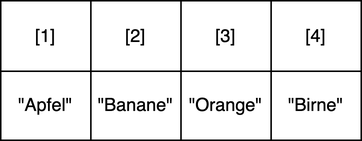
Earlier version of the draw.io export images/vektor.png (lipogg/textanalyse-mit-r). Source tidied: cells renumbered, new cells last; positions are measured from the earlier drawing's top-left corner, leaving out a move shared by most shapes. Its diagram source:
```xml
<mxGraphModel>
  <root>
    <mxCell id="0" />
    <mxCell id="1" parent="0" />
    <mxCell id="2" style="shadow=0;fillColor=none;" parent="1" vertex="1">
      <mxGeometry x="60" width="180" height="93" as="geometry" />
    </mxCell>
    <mxCell id="3" style="shape=tableRow;horizontal=0;startSize=0;swimlaneHead=0;swimlaneBody=0;top=0;left=0;bottom=0;right=0;fontStyle=0;fillColor=none;strokeColor=inherit;" parent="2" vertex="1">
      <mxGeometry width="180" height="47" as="geometry" />
    </mxCell>
    <mxCell id="4" value="[2]" style="strokeColor=inherit;fillColor=default;align=center;whiteSpace=wrap;html=1;" parent="3" vertex="1">
      <mxGeometry width="60" height="47" as="geometry" />
    </mxCell>
    <mxCell id="5" value="[3]" style="strokeColor=inherit;fillColor=default;align=center;whiteSpace=wrap;html=1;" parent="3" vertex="1">
      <mxGeometry x="60" width="60" height="47" as="geometry" />
    </mxCell>
    <mxCell id="6" value="[4]" style="strokeColor=inherit;fillColor=default;align=center;whiteSpace=wrap;html=1;" parent="3" vertex="1">
      <mxGeometry x="120" width="60" height="47" as="geometry" />
    </mxCell>
    <mxCell id="7" style="shape=tableRow;horizontal=0;startSize=0;swimlaneHead=0;swimlaneBody=0;top=0;left=0;bottom=0;right=0;fontStyle=0;fillColor=none;strokeColor=inherit;" parent="2" vertex="1">
      <mxGeometry y="47" width="180" height="46" as="geometry" />
    </mxCell>
    <mxCell id="8" value="&quot;Banane&quot;" style="strokeColor=inherit;fillColor=default;align=center;whiteSpace=wrap;html=1;" parent="7" vertex="1">
      <mxGeometry width="60" height="46" as="geometry" />
    </mxCell>
    <mxCell id="9" value="&quot;Orange&quot;" style="strokeColor=inherit;fillColor=default;align=center;whiteSpace=wrap;html=1;" parent="7" vertex="1">
      <mxGeometry x="60" width="60" height="46" as="geometry" />
    </mxCell>
    <mxCell id="10" value="&quot;Birne&quot;" style="strokeColor=inherit;fillColor=default;align=center;whiteSpace=wrap;html=1;" parent="7" vertex="1">
      <mxGeometry x="120" width="60" height="46" as="geometry" />
    </mxCell>
    <mxCell id="11" value="[1]" style="strokeColor=inherit;fillColor=default;align=center;whiteSpace=wrap;html=1;" parent="1" vertex="1">
      <mxGeometry width="60" height="47" as="geometry" />
    </mxCell>
    <mxCell id="12" value="&quot;Apfel&quot;" style="strokeColor=inherit;fillColor=default;align=center;whiteSpace=wrap;html=1;" parent="1" vertex="1">
      <mxGeometry y="47" width="60" height="46" as="geometry" />
    </mxCell>
  </root>
</mxGraphModel>
```
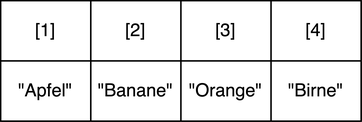
After the change.

Change to the diagram source:
```diff
@@ -2,38 +2,38 @@
   <root>
     <mxCell id="0" />
     <mxCell id="1" parent="0" />
-    <mxCell id="2" style="shadow=0;fillColor=none;" parent="1" vertex="1">
-      <mxGeometry x="60" width="180" height="93" as="geometry" />
-    </mxCell>
-    <mxCell id="3" style="shape=tableRow;horizontal=0;startSize=0;swimlaneHead=0;swimlaneBody=0;top=0;left=0;bottom=0;right=0;fontStyle=0;fillColor=none;strokeColor=inherit;" parent="2" vertex="1">
-      <mxGeometry width="180" height="47" as="geometry" />
-    </mxCell>
+    <mxCell id="13" style="shape=table;startSize=0;" parent="1" vertex="1">
+      <mxGeometry x="60" y="150" width="240" height="80" as="geometry" />
+    </mxCell>
+    <mxCell id="14" style="shape=tableRow;horizontal=0;startSize=0;swimlaneHead=0;swimlaneBody=0;strokeColor=inherit;top=0;left=0;bottom=0;right=0;fillColor=none;" parent="13" vertex="1">
+      <mxGeometry width="240" height="40" as="geometry" />
+    </mxCell>
+    <mxCell id="11" value="[1]" style="shape=partialRectangle;html=1;whiteSpace=wrap;strokeColor=inherit;overflow=hidden;fillColor=none;top=0;left=0;bottom=0;right=0;" parent="14" vertex="1">
+      <mxGeometry width="60" height="40" as="geometry" />
+    </mxCell>
-    <mxCell id="4" value="[2]" style="strokeColor=inherit;fillColor=default;align=center;whiteSpace=wrap;html=1;" parent="3" vertex="1">
-      <mxGeometry width="60" height="47" as="geometry" />
+    <mxCell id="4" value="[2]" style="shape=partialRectangle;html=1;whiteSpace=wrap;strokeColor=inherit;overflow=hidden;fillColor=none;top=0;left=0;bottom=0;right=0;" parent="14" vertex="1">
+      <mxGeometry x="60" width="60" height="40" as="geometry" />
     </mxCell>
-    <mxCell id="5" value="[3]" style="strokeColor=inherit;fillColor=default;align=center;whiteSpace=wrap;html=1;" parent="3" vertex="1">
-      <mxGeometry x="60" width="60" height="47" as="geometry" />
+    <mxCell id="5" value="[3]" style="shape=partialRectangle;html=1;whiteSpace=wrap;strokeColor=inherit;overflow=hidden;fillColor=none;top=0;left=0;bottom=0;right=0;" parent="14" vertex="1">
+      <mxGeometry x="120" width="60" height="40" as="geometry" />
     </mxCell>
-    <mxCell id="6" value="[4]" style="strokeColor=inherit;fillColor=default;align=center;whiteSpace=wrap;html=1;" parent="3" vertex="1">
-      <mxGeometry x="120" width="60" height="47" as="geometry" />
+    <mxCell id="6" value="[4]" style="shape=partialRectangle;html=1;whiteSpace=wrap;strokeColor=inherit;overflow=hidden;fillColor=none;top=0;left=0;bottom=0;right=0;" parent="14" vertex="1">
+      <mxGeometry x="180" width="60" height="40" as="geometry" />
     </mxCell>
-    <mxCell id="7" style="shape=tableRow;horizontal=0;startSize=0;swimlaneHead=0;swimlaneBody=0;top=0;left=0;bottom=0;right=0;fontStyle=0;fillColor=none;strokeColor=inherit;" parent="2" vertex="1">
-      <mxGeometry y="47" width="180" height="46" as="geometry" />
-    </mxCell>
+    <mxCell id="15" style="shape=tableRow;horizontal=0;startSize=0;swimlaneHead=0;swimlaneBody=0;strokeColor=inherit;top=0;left=0;bottom=0;right=0;fillColor=none;" parent="13" vertex="1">
+      <mxGeometry y="40" width="240" height="40" as="geometry" />
+    </mxCell>
+    <mxCell id="12" value="&quot;Apfel&quot;" style="shape=partialRectangle;html=1;whiteSpace=wrap;strokeColor=inherit;overflow=hidden;fillColor=none;top=0;left=0;bottom=0;right=0;" parent="15" vertex="1">
+      <mxGeometry width="60" height="40" as="geometry" />
+    </mxCell>
-    <mxCell id="8" value="&quot;Banane&quot;" style="strokeColor=inherit;fillColor=default;align=center;whiteSpace=wrap;html=1;" parent="7" vertex="1">
-      <mxGeometry width="60" height="46" as="geometry" />
+    <mxCell id="8" value="&quot;Banane&quot;" style="shape=partialRectangle;html=1;whiteSpace=wrap;strokeColor=inherit;overflow=hidden;fillColor=none;top=0;left=0;bottom=0;right=0;" parent="15" vertex="1">
+      <mxGeometry x="60" width="60" height="40" as="geometry" />
     </mxCell>
-    <mxCell id="9" value="&quot;Orange&quot;" style="strokeColor=inherit;fillColor=default;align=center;whiteSpace=wrap;html=1;" parent="7" vertex="1">
-      <mxGeometry x="60" width="60" height="46" as="geometry" />
+    <mxCell id="9" value="&quot;Orange&quot;" style="shape=partialRectangle;html=1;whiteSpace=wrap;strokeColor=inherit;overflow=hidden;fillColor=none;top=0;left=0;bottom=0;right=0;" parent="15" vertex="1">
+      <mxGeometry x="120" width="60" height="40" as="geometry" />
     </mxCell>
-    <mxCell id="10" value="&quot;Birne&quot;" style="strokeColor=inherit;fillColor=default;align=center;whiteSpace=wrap;html=1;" parent="7" vertex="1">
-      <mxGeometry x="120" width="60" height="46" as="geometry" />
+    <mxCell id="10" value="&quot;Birne&quot;" style="shape=partialRectangle;html=1;whiteSpace=wrap;strokeColor=inherit;overflow=hidden;fillColor=none;top=0;left=0;bottom=0;right=0;" parent="15" vertex="1">
+      <mxGeometry x="180" width="60" height="40" as="geometry" />
     </mxCell>
-    <mxCell id="11" value="[1]" style="strokeColor=inherit;fillColor=default;align=center;whiteSpace=wrap;html=1;" parent="1" vertex="1">
-      <mxGeometry width="60" height="47" as="geometry" />
-    </mxCell>
-    <mxCell id="12" value="&quot;Apfel&quot;" style="strokeColor=inherit;fillColor=default;align=center;whiteSpace=wrap;html=1;" parent="1" vertex="1">
-      <mxGeometry y="47" width="60" height="46" as="geometry" />
-    </mxCell>
   </root>
 </mxGraphModel>
```
